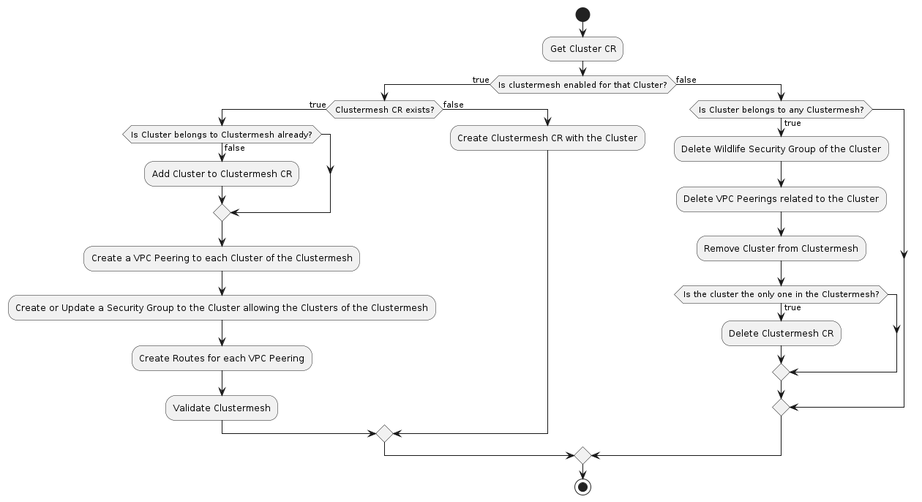
topfreegames/kubernetes-crossplane-infrastructure-operator keeps this PlantUML diagram as docs/clustermesh/clustermesh-controller.png. Above is the earlier version. Source of this version:
```plantuml
@startuml clustermesh-controller
start
:Get Cluster CR;
if (Is clustermesh enabled for that Cluster?) is (true) then
    if (Clustermesh CR exists?) is (true) then
        if (Is Cluster belongs to Clustermesh already?) is (false) then
            :Add Cluster to Clustermesh CR;
        endif
        :Create a VPC Peering to each Cluster of the Clustermesh;
        :Create or Update a Security Group to the Cluster allowing the Clusters of the Clustermesh;
        :Create Routes for each VPC Peering;
        :Validate Clustermesh;
    else (false)
        :Create Clustermesh CR with the Cluster;
    endif
else (false)
    if (Is Cluster belongs to any Clustermesh?) is (true) then
        :Delete Wildlife Security Group of the Cluster;
        :Delete VPC Peerings related to the Cluster;
        :Remove Cluster from Clustermesh;
        if (Is the cluster the only one in the Clustermesh?) is (true) then
            :Delete Clustermesh CR;
        endif
    endif
endif
stop
@enduml
```
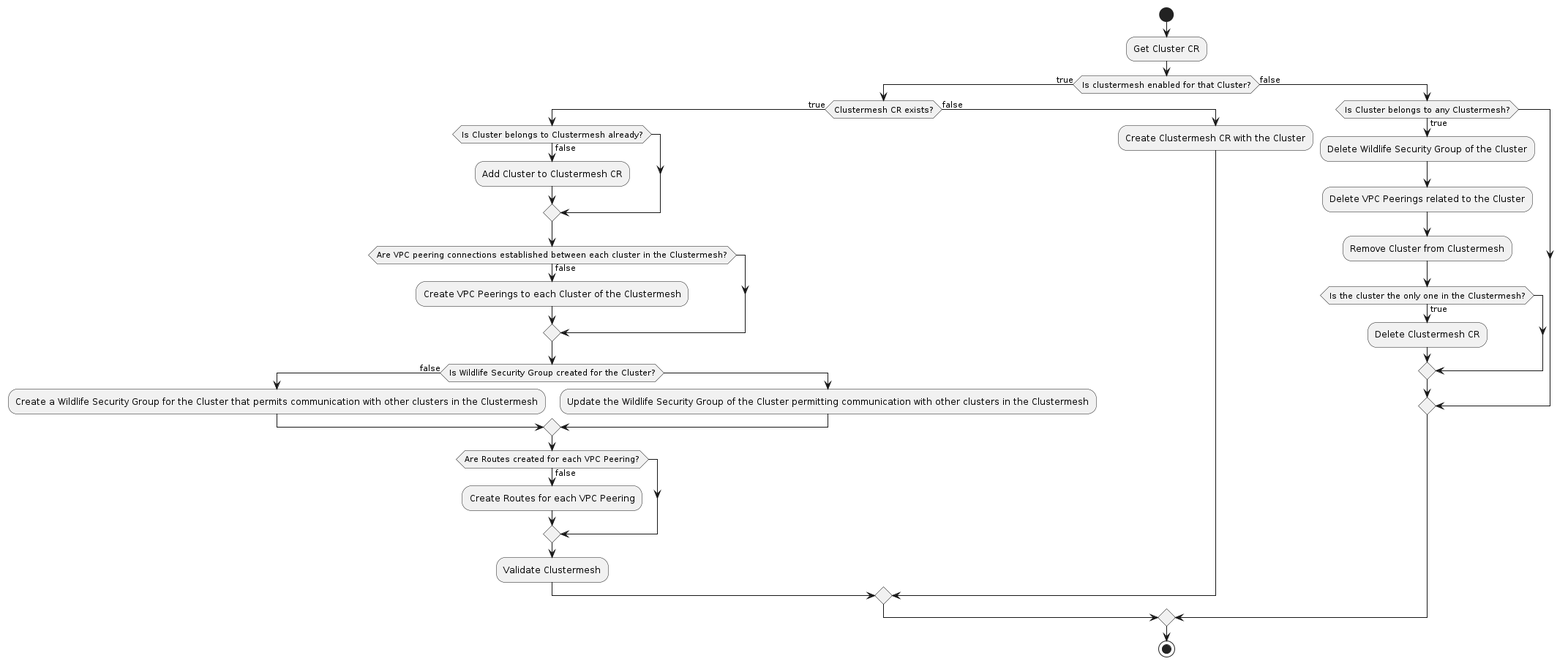
Later version of the same file.

The edit, as a diff of the source:
```diff
@@ -6,9 +6,17 @@
         if (Is Cluster belongs to Clustermesh already?) is (false) then
             :Add Cluster to Clustermesh CR;
         endif
-        :Create a VPC Peering to each Cluster of the Clustermesh;
-        :Create or Update a Security Group to the Cluster allowing the Clusters of the Clustermesh;
-        :Create Routes for each VPC Peering;
+        if (Are VPC peering connections established between each cluster in the Clustermesh?) is (false) then
+            :Create VPC Peerings to each Cluster of the Clustermesh;
+        endif
+        if (Is Wildlife Security Group created for the Cluster?) is (false) then
+            :Create a Wildlife Security Group for the Cluster that permits communication with other clusters in the Clustermesh;
+        else
+            :Update the Wildlife Security Group of the Cluster permitting communication with other clusters in the Clustermesh;
+        endif
+        if (Are Routes created for each VPC Peering?) is (false) then
+            :Create Routes for each VPC Peering;
+        endif
         :Validate Clustermesh;
     else (false)
         :Create Clustermesh CR with the Cluster;
```
